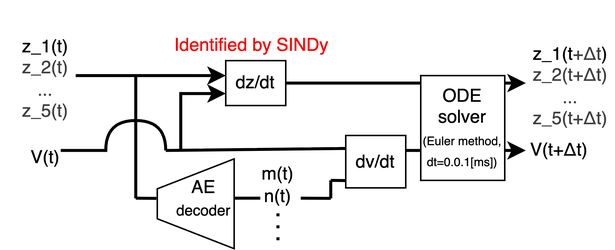
Earlier version of the draw.io export docs/poster/pic/ref/model.png (MunechikaHaruki/SINDyNeuroSurrogate). Source tidied: cells renumbered, new cells last; positions are measured from the earlier drawing's top-left corner, leaving out a move shared by most shapes.
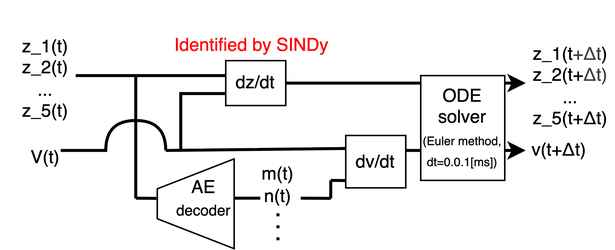
The same diagram one commit later.

What changed in the source:
```diff
@@ -2,7 +2,7 @@
   <root>
     <mxCell id="0" />
     <mxCell id="1" parent="0" />
-    <mxCell id="2" style="endArrow=classic;html=1;exitX=1.017;exitY=0.414;exitDx=0;exitDy=0;exitPerimeter=0;strokeWidth=2;entryX=0;entryY=0.333;entryDx=0;entryDy=0;entryPerimeter=0;" parent="1" edge="1" target="5">
+    <mxCell id="2" style="endArrow=none;html=1;exitX=1.017;exitY=0.414;exitDx=0;exitDy=0;exitPerimeter=0;strokeWidth=2;entryX=0;entryY=0.333;entryDx=0;entryDy=0;entryPerimeter=0;endFill=0;" parent="1" edge="1" target="5">
       <mxGeometry relative="1" as="geometry">
         <mxPoint x="50" y="50" as="sourcePoint" />
       </mxGeometry>
@@ -13,7 +13,7 @@
         <mxPoint x="90" y="132" as="targetPoint" />
       </mxGeometry>
     </mxCell>
-    <mxCell id="4" value="&lt;br class=&quot;Apple-interchange-newline&quot;&gt;&lt;span style=&quot;color: rgb(0, 0, 0);&quot;&gt;z_1(t)&lt;/span&gt;&lt;div style=&quot;color: rgb(63, 63, 63); scrollbar-color: rgb(226, 226, 226) rgb(251, 251, 251);&quot;&gt;&lt;font style=&quot;scrollbar-color: rgb(226, 226, 226) rgb(251, 251, 251);&quot;&gt;z_2(t)&lt;/font&gt;&lt;/div&gt;&lt;div style=&quot;color: rgb(63, 63, 63); scrollbar-color: rgb(226, 226, 226) rgb(251, 251, 251);&quot;&gt;&lt;font style=&quot;scrollbar-color: rgb(226, 226, 226) rgb(251, 251, 251);&quot;&gt;...&lt;/font&gt;&lt;/div&gt;&lt;div style=&quot;color: rgb(63, 63, 63); scrollbar-color: rgb(226, 226, 226) rgb(251, 251, 251);&quot;&gt;z_5(t)&lt;/div&gt;" style="text;html=1;align=center;verticalAlign=middle;whiteSpace=wrap;rounded=0;" parent="1" vertex="1">
+    <mxCell id="4" value="&lt;br class=&quot;Apple-interchange-newline&quot;&gt;&lt;span style=&quot;color: rgb(0, 0, 0);&quot;&gt;z_1(t)&lt;/span&gt;&lt;div style=&quot;scrollbar-color: rgb(226, 226, 226) rgb(251, 251, 251);&quot;&gt;&lt;font style=&quot;scrollbar-color: rgb(226, 226, 226) rgb(251, 251, 251); color: rgb(0, 0, 0);&quot;&gt;z_2(t)&lt;/font&gt;&lt;/div&gt;&lt;div style=&quot;scrollbar-color: rgb(226, 226, 226) rgb(251, 251, 251);&quot;&gt;&lt;font style=&quot;scrollbar-color: rgb(226, 226, 226) rgb(251, 251, 251); color: rgb(0, 0, 0);&quot;&gt;...&lt;/font&gt;&lt;/div&gt;&lt;div style=&quot;scrollbar-color: rgb(226, 226, 226) rgb(251, 251, 251);&quot;&gt;&lt;font style=&quot;color: rgb(0, 0, 0);&quot;&gt;z_5(t)&lt;/font&gt;&lt;/div&gt;" style="text;html=1;align=center;verticalAlign=middle;whiteSpace=wrap;rounded=0;" parent="1" vertex="1">
       <mxGeometry width="60" height="90" as="geometry" />
     </mxCell>
     <mxCell id="5" value="dz/dt" style="rounded=0;whiteSpace=wrap;html=1;" parent="1" vertex="1">
@@ -54,7 +54,7 @@
         <mxPoint x="153" y="131.9" as="targetPoint" />
       </mxGeometry>
     </mxCell>
-    <mxCell id="12" value="m(t)&lt;div&gt;n(t)&lt;/div&gt;" style="text;html=1;align=center;verticalAlign=middle;whiteSpace=wrap;rounded=0;" parent="1" vertex="1">
+    <mxCell id="12" value="m(t)&lt;div&gt;&lt;font style=&quot;color: rgb(0, 0, 0);&quot;&gt;n(t)&lt;/font&gt;&lt;/div&gt;" style="text;html=1;align=center;verticalAlign=middle;whiteSpace=wrap;rounded=0;" parent="1" vertex="1">
       <mxGeometry x="170" y="105.6" width="30" height="34.4" as="geometry" />
     </mxCell>
     <mxCell id="13" value="dv/dt" style="rounded=0;whiteSpace=wrap;html=1;" parent="1" vertex="1">
@@ -72,7 +72,7 @@
         <mxPoint x="350" y="55" as="targetPoint" />
       </mxGeometry>
     </mxCell>
-    <mxCell id="16" value="&lt;br class=&quot;Apple-interchange-newline&quot;&gt;&lt;span style=&quot;color: rgb(0, 0, 0);&quot;&gt;z_1(t&lt;span style=&quot;color: rgb(63, 63, 63);&quot;&gt;+Δt&lt;/span&gt;)&lt;/span&gt;&lt;div style=&quot;color: rgb(63, 63, 63); scrollbar-color: rgb(226, 226, 226) rgb(251, 251, 251);&quot;&gt;&lt;font style=&quot;scrollbar-color: rgb(226, 226, 226) rgb(251, 251, 251);&quot;&gt;z_2(t&lt;/font&gt;&lt;span style=&quot;color: rgb(63, 63, 63); background-color: transparent;&quot;&gt;+Δt&lt;/span&gt;&lt;span style=&quot;color: rgb(63, 63, 63); background-color: transparent;&quot;&gt;)&lt;/span&gt;&lt;/div&gt;&lt;div style=&quot;color: rgb(63, 63, 63); scrollbar-color: rgb(226, 226, 226) rgb(251, 251, 251);&quot;&gt;&lt;font style=&quot;scrollbar-color: rgb(226, 226, 226) rgb(251, 251, 251);&quot;&gt;...&lt;/font&gt;&lt;/div&gt;&lt;div style=&quot;color: rgb(63, 63, 63); scrollbar-color: rgb(226, 226, 226) rgb(251, 251, 251);&quot;&gt;z_5(t+Δt)&lt;/div&gt;" style="text;html=1;align=center;verticalAlign=middle;whiteSpace=wrap;rounded=0;" parent="1" vertex="1">
+    <mxCell id="16" value="&lt;font style=&quot;color: rgb(0, 0, 0);&quot;&gt;&lt;br class=&quot;Apple-interchange-newline&quot;&gt;&lt;span style=&quot;color: rgb(0, 0, 0);&quot;&gt;z_1(t&lt;span style=&quot;color: rgb(63, 63, 63);&quot;&gt;+Δt&lt;/span&gt;)&lt;/span&gt;&lt;/font&gt;&lt;div style=&quot;scrollbar-color: rgb(226, 226, 226) rgb(251, 251, 251);&quot;&gt;&lt;font&gt;&lt;font style=&quot;scrollbar-color: rgb(226, 226, 226) rgb(251, 251, 251);&quot;&gt;&lt;font style=&quot;color: rgb(0, 0, 0);&quot;&gt;z_2(t&lt;/font&gt;&lt;/font&gt;&lt;span style=&quot;background-color: transparent; color: rgb(63, 63, 63);&quot;&gt;&lt;font style=&quot;color: rgb(0, 0, 0);&quot;&gt;+&lt;/font&gt;&lt;/span&gt;&lt;span style=&quot;color: rgb(63, 63, 63); background-color: transparent;&quot;&gt;Δt&lt;/span&gt;&lt;span style=&quot;color: rgb(63, 63, 63); background-color: transparent;&quot;&gt;)&lt;/span&gt;&lt;/font&gt;&lt;/div&gt;&lt;div style=&quot;scrollbar-color: rgb(226, 226, 226) rgb(251, 251, 251); color: rgb(63, 63, 63);&quot;&gt;&lt;font style=&quot;scrollbar-color: rgb(226, 226, 226) rgb(251, 251, 251); color: rgb(0, 0, 0);&quot;&gt;...&lt;/font&gt;&lt;/div&gt;&lt;div style=&quot;scrollbar-color: rgb(226, 226, 226) rgb(251, 251, 251); color: rgb(63, 63, 63);&quot;&gt;&lt;font style=&quot;color: rgb(0, 0, 0);&quot;&gt;z_5(t+Δt)&lt;/font&gt;&lt;/div&gt;" style="text;html=1;align=center;verticalAlign=middle;whiteSpace=wrap;rounded=0;" parent="1" vertex="1">
       <mxGeometry x="350" y="30" width="60" height="40" as="geometry" />
     </mxCell>
     <mxCell id="17" style="endArrow=classic;html=1;strokeWidth=2;startArrow=none;startFill=0;endFill=1;" parent="1" edge="1">
@@ -81,7 +81,7 @@
         <mxPoint x="350" y="100" as="targetPoint" />
       </mxGeometry>
     </mxCell>
-    <mxCell id="18" value="V(t+Δt)" style="text;html=1;align=center;verticalAlign=middle;whiteSpace=wrap;rounded=0;" parent="1" vertex="1">
+    <mxCell id="18" value="v(t+Δt)" style="text;html=1;align=center;verticalAlign=middle;whiteSpace=wrap;rounded=0;" parent="1" vertex="1">
       <mxGeometry x="350" y="90" width="45" height="20" as="geometry" />
     </mxCell>
     <mxCell id="19" value="&lt;font style=&quot;color: rgb(255, 0, 0);&quot;&gt;Identified by SINDy&lt;/font&gt;" style="text;html=1;align=center;verticalAlign=middle;whiteSpace=wrap;rounded=0;" parent="1" vertex="1">
@@ -93,7 +93,7 @@
         <mxPoint x="120" y="61" as="targetPoint" />
       </mxGeometry>
     </mxCell>
-    <mxCell id="21" style="endArrow=classic;html=1;exitX=1.017;exitY=0.414;exitDx=0;exitDy=0;exitPerimeter=0;strokeWidth=2;" parent="1" edge="1">
+    <mxCell id="21" style="endArrow=none;html=1;exitX=1.017;exitY=0.414;exitDx=0;exitDy=0;exitPerimeter=0;strokeWidth=2;endFill=0;" parent="1" edge="1">
       <mxGeometry relative="1" as="geometry">
         <mxPoint x="120" y="62" as="sourcePoint" />
         <mxPoint x="150" y="62" as="targetPoint" />
@@ -102,7 +102,7 @@
     <mxCell id="22" style="shape=trapezoid;perimeter=trapezoidPerimeter;whiteSpace=wrap;html=1;fixedSize=1;rotation=-90;" parent="1" vertex="1">
       <mxGeometry x="100" y="110" width="60" height="51.2" as="geometry" />
     </mxCell>
-    <mxCell id="23" value="AE&lt;div&gt;&lt;font style=&quot;font-size: 10px;&quot;&gt;decoder&lt;/font&gt;&lt;/div&gt;" style="text;html=1;align=center;verticalAlign=middle;whiteSpace=wrap;rounded=0;" parent="1" vertex="1">
+    <mxCell id="23" value="AE&lt;div&gt;&lt;font style=&quot;font-size: 10px; color: rgb(0, 0, 0);&quot;&gt;decoder&lt;/font&gt;&lt;/div&gt;" style="text;html=1;align=center;verticalAlign=middle;whiteSpace=wrap;rounded=0;" parent="1" vertex="1">
       <mxGeometry x="118" y="114.6" width="35" height="35" as="geometry" />
     </mxCell>
     <mxCell id="24" style="endArrow=none;html=1;strokeWidth=2;endFill=0;startArrow=none;startFill=0;" parent="1" edge="1">
@@ -117,7 +117,7 @@
         <mxPoint x="220" y="120" as="targetPoint" />
       </mxGeometry>
     </mxCell>
-    <mxCell id="26" value="ODE&lt;div&gt;solver&lt;/div&gt;&lt;div&gt;&lt;font style=&quot;font-size: 8px;&quot;&gt;(Euler method,&lt;/font&gt;&lt;/div&gt;&lt;div&gt;&lt;font style=&quot;font-size: 8px;&quot;&gt;dt=0.0.1[ms])&lt;/font&gt;&lt;/div&gt;" style="rounded=0;whiteSpace=wrap;html=1;" parent="1" vertex="1">
+    <mxCell id="26" value="&lt;font style=&quot;color: rgb(0, 0, 0);&quot;&gt;ODE&lt;/font&gt;&lt;div&gt;&lt;font style=&quot;color: rgb(0, 0, 0);&quot;&gt;solver&lt;/font&gt;&lt;/div&gt;&lt;div&gt;&lt;font style=&quot;font-size: 8px; color: rgb(0, 0, 0);&quot;&gt;(Euler method,&lt;/font&gt;&lt;/div&gt;&lt;div&gt;&lt;font style=&quot;font-size: 8px; color: rgb(0, 0, 0);&quot;&gt;dt=0.0.1[ms])&lt;/font&gt;&lt;/div&gt;" style="rounded=0;whiteSpace=wrap;html=1;" parent="1" vertex="1">
       <mxGeometry x="280" y="50" width="56" height="70" as="geometry" />
     </mxCell>
     <mxCell id="27" style="endArrow=none;dashed=1;html=1;dashPattern=1 3;strokeWidth=2;" parent="1" edge="1">
```
